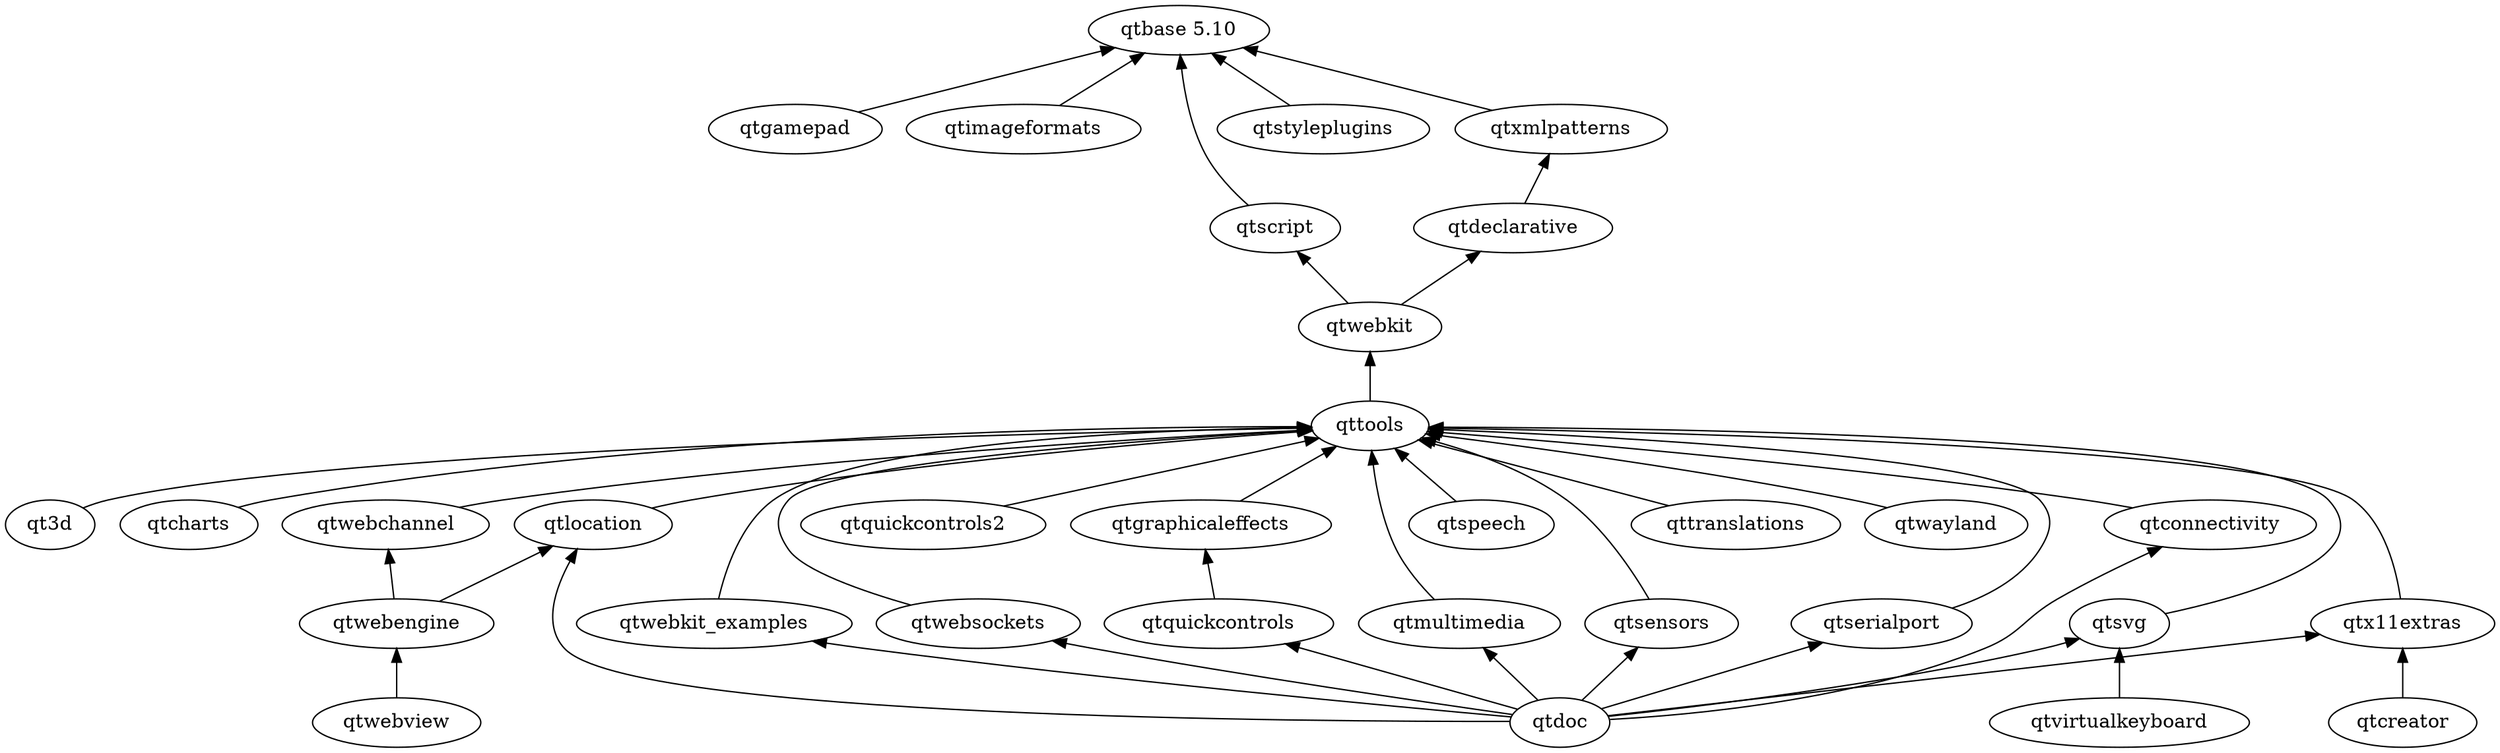
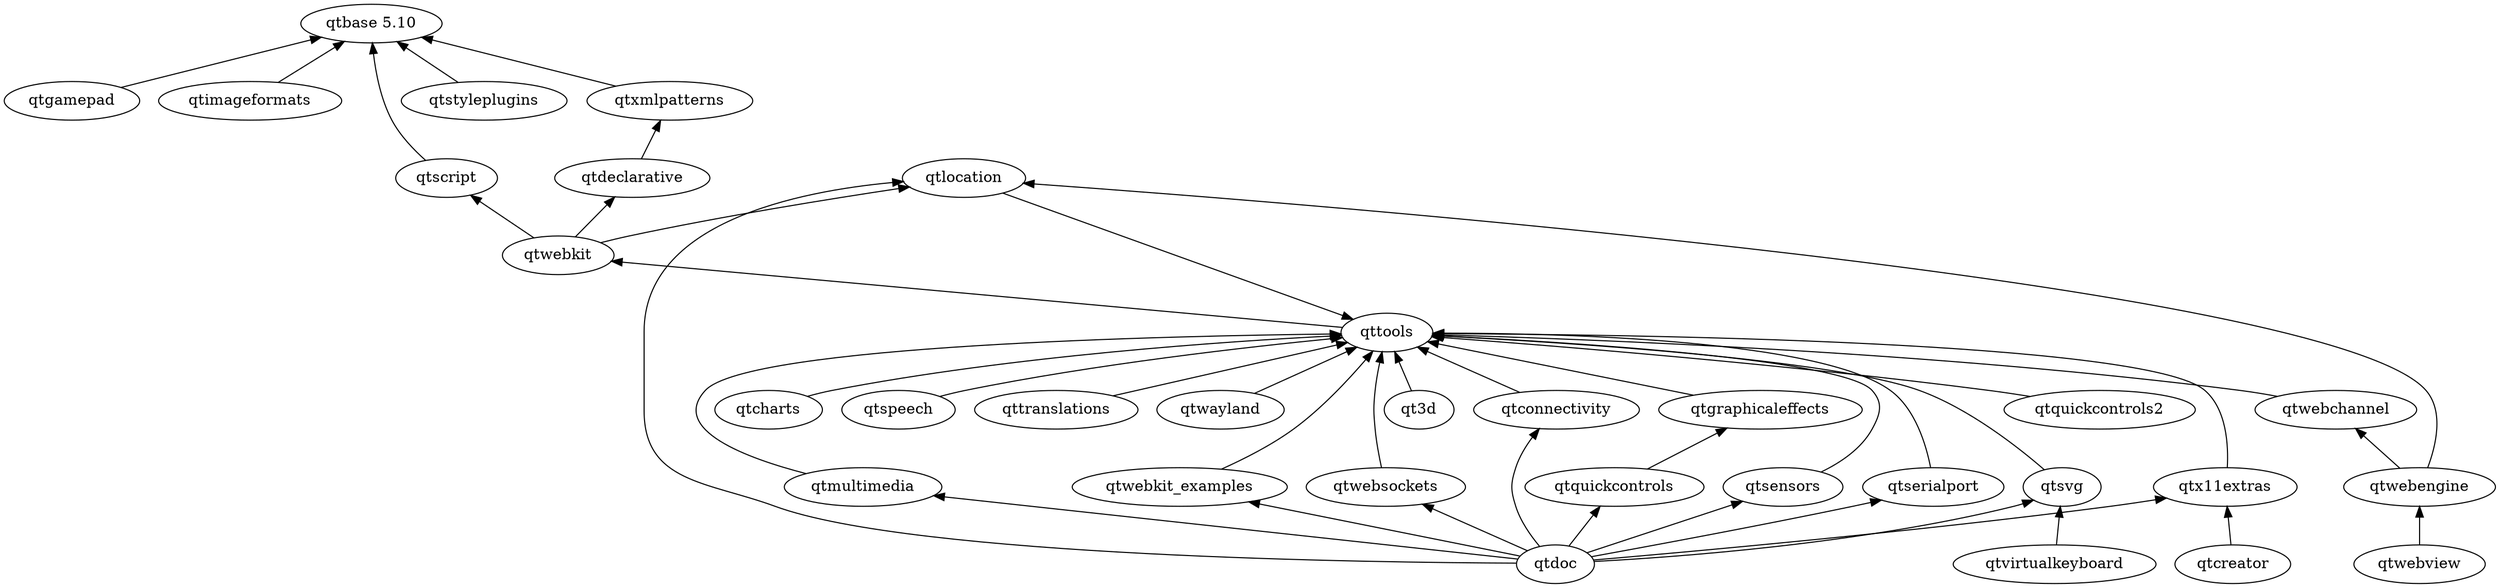
digraph qt5 {
  graph [
    rankdir = "BT"
  ]

  qt3d
  "qtbase 5.10"
  qtcharts
  qtconnectivity
  qtcreator
  qtdeclarative
  qtdoc
  qtgamepad
  qtgraphicaleffects
  qtimageformats
  qtlocation
  qtmultimedia
  qtquickcontrols
  qtquickcontrols2
  qtscript
  qtsensors
  qtserialport
  qtspeech
  qtstyleplugins
  qtsvg
  qttools
  qttranslations
  qtvirtualkeyboard
  qtwayland
  qtwebchannel
  qtwebengine
  qtwebkit
  qtwebkit_examples
  qtwebsockets
  qtx11extras
  qtxmlpatterns

  qt3d -> qttools
  qtcharts -> qttools
  qtconnectivity -> qttools
  qtcreator -> qtx11extras
  qtdeclarative -> qtxmlpatterns
  qtdoc -> qtconnectivity
  qtdoc -> qtlocation
  qtdoc -> qtmultimedia
  qtdoc -> qtquickcontrols
  qtdoc -> qtsensors
  qtdoc -> qtserialport
  qtdoc -> qtsvg
  qtdoc -> qtwebkit_examples
  qtdoc -> qtwebsockets
  qtdoc -> qtx11extras
  qtgamepad -> "qtbase 5.10"
  qtgraphicaleffects -> qttools
  qtimageformats -> "qtbase 5.10"
  qtlocation -> qttools
  qtmultimedia -> qttools
  qtquickcontrols -> qtgraphicaleffects
  qtquickcontrols2 -> qttools
  qtscript -> "qtbase 5.10"
  qtsensors -> qttools
  qtserialport -> qttools
  qtspeech -> qttools
  qtstyleplugins -> "qtbase 5.10"
  qtsvg -> qttools
  qttools -> qtwebkit
  qttranslations -> qttools
  qtvirtualkeyboard -> qtsvg
  qtwayland -> qttools
  qtwebchannel -> qttools
  qtwebengine -> qtlocation
  qtwebengine -> qtwebchannel
  qtwebview -> qtwebengine
  qtwebkit -> qtdeclarative
  qtwebkit -> qtscript
+   qtwebkit -> qtlocation
  qtwebkit_examples -> qttools
  qtwebsockets -> qttools
  qtx11extras -> qttools
  qtxmlpatterns -> "qtbase 5.10"
}
